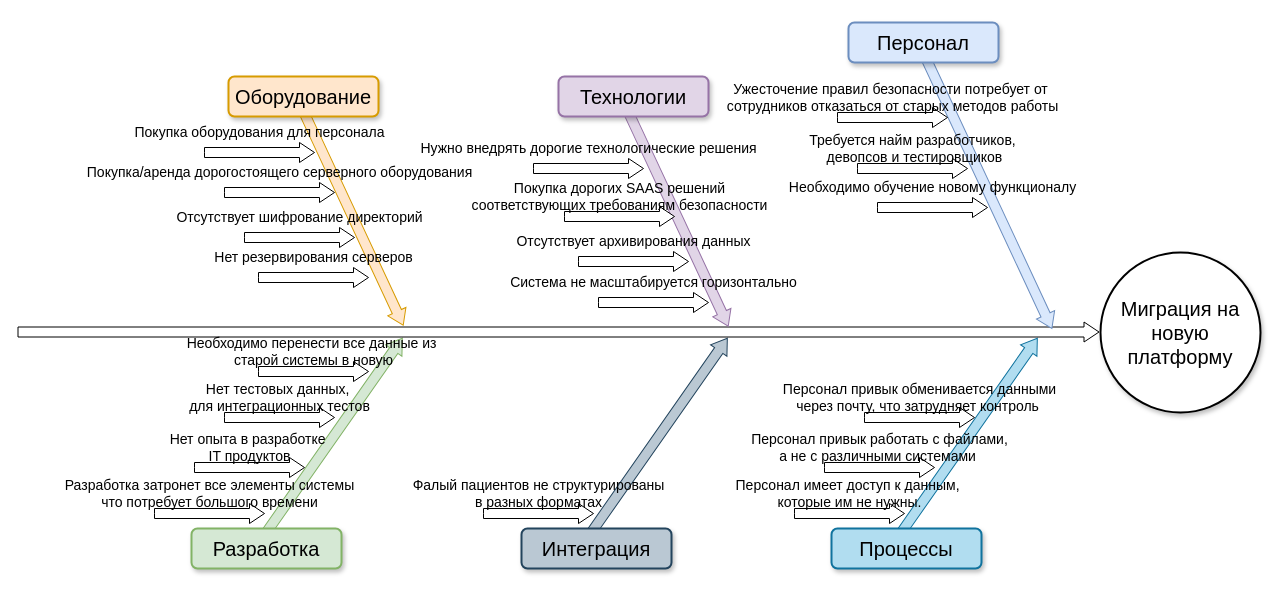
tryexceptend/architecture-medikamente keeps this draw.io diagram as Task4/Ishikawa.drawio. Above is the earlier version. Source tidied: cells renumbered, new cells numbered last; positions are measured from the earlier drawing's top-left corner, leaving out a move shared by most shapes. Both pictures are drawn from the tidied source at 100%, with x=0, y=0 at pixel (191, -209).
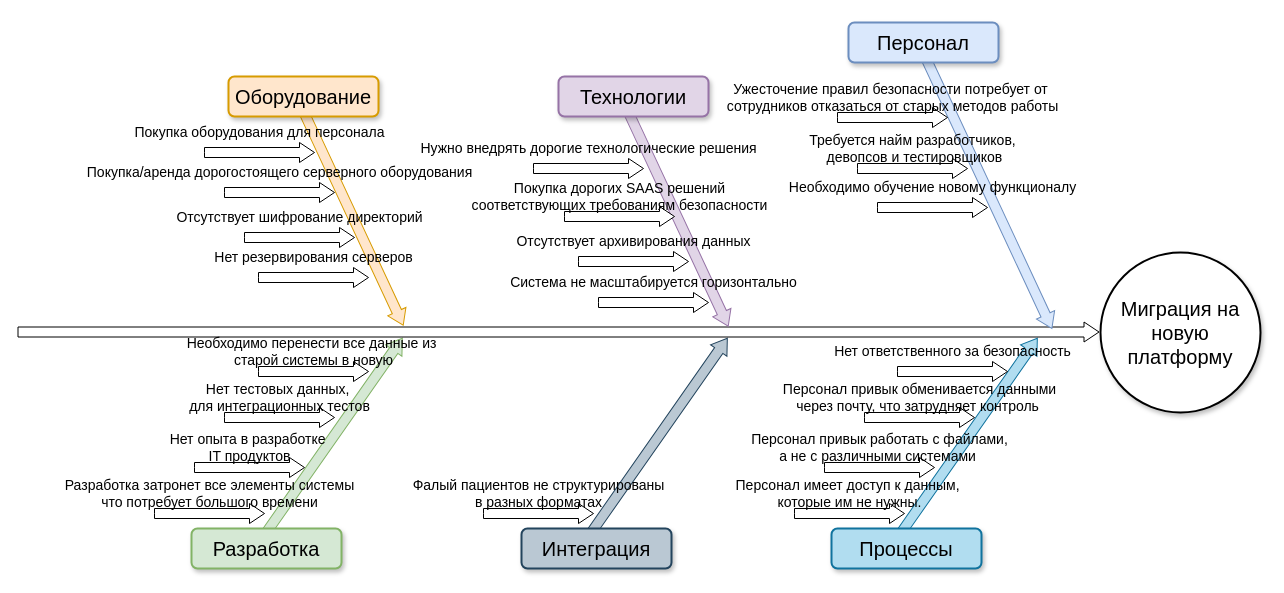
After the change.

Diff of the diagram source:
```diff
@@
+    <mxCell id="35" value="Нет ответственного за безопасность" style="html=1;shadow=0;dashed=0;align=center;verticalAlign=middle;shape=mxgraph.arrows2.arrow;dy=0.5;dx=15;direction=north;notch=0;rounded=0;strokeWidth=1;fontSize=14;rotation=90;horizontal=0;labelPosition=left;verticalLabelPosition=middle;" parent="1" vertex="1">
+      <mxGeometry x="751" y="525" width="20" height="110" as="geometry" />
+    </mxCell>
```
